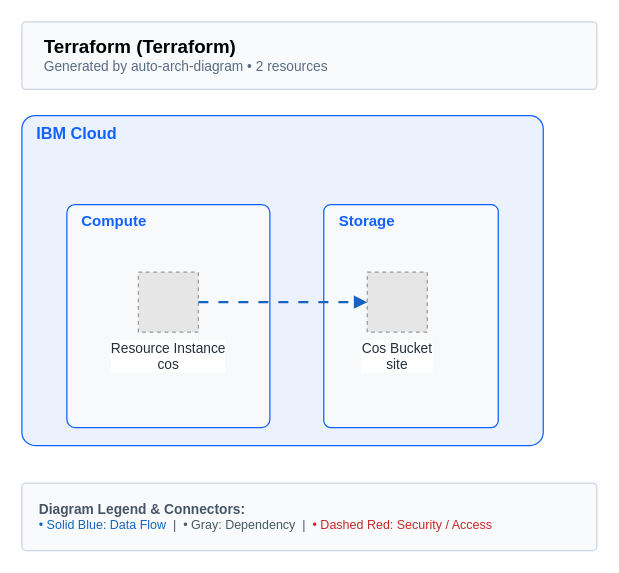
Earlier version of the draw.io diagram examples/serverless-website/ibm/terraform/architecture-diagram.drawio (suryakumaran2611/auto-arch-diagram). Source tidied: cells renumbered, new cells numbered last; positions are measured from the earlier drawing's top-left corner, leaving out a move shared by most shapes. Both pictures are drawn from the tidied source at 125%, with x=0, y=0 at pixel (21, 21). Pictures stored in the file or linked from it are replaced by grey dashed boxes.
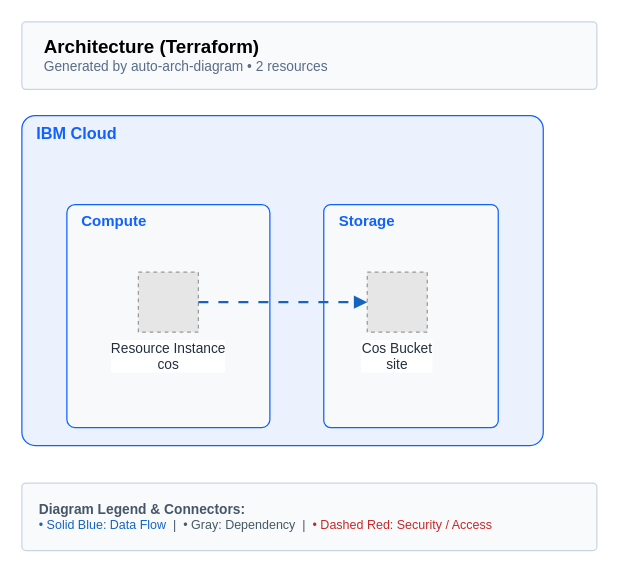
Above is the later version.

Change to the diagram source:
```diff
@@
 <mxGraphModel background="#FFFFFF">
   <root>
     <mxCell id="0" />
     <mxCell id="1" parent="0" />
-    <mxCell id="2" value="&lt;b style='font-size:15px;'&gt;Terraform (Terraform)&lt;/b&gt;&lt;br/&gt;&lt;span style='font-size:11px;color:#5A6C86;'&gt;Generated by auto-arch-diagram &amp;bull; 2 resources&lt;/span&gt;" style="rounded=1;whiteSpace=wrap;html=1;arcSize=6;fillColor=#F8FAFC;strokeColor=#CBD5E1;strokeWidth=1;align=left;spacingLeft=16;verticalAlign=middle;" parent="1" vertex="1">
+    <mxCell id="2" value="&lt;b style='font-size:15px;'&gt;Architecture (Terraform)&lt;/b&gt;&lt;br/&gt;&lt;span style='font-size:11px;color:#5A6C86;'&gt;Generated by auto-arch-diagram &amp;bull; 2 resources&lt;/span&gt;" style="rounded=1;whiteSpace=wrap;html=1;arcSize=6;fillColor=#F8FAFC;strokeColor=#CBD5E1;strokeWidth=1;align=left;spacingLeft=16;verticalAlign=middle;" parent="1" vertex="1">
       <mxGeometry width="460" height="54" as="geometry" />
     </mxCell>
     <mxCell id="3" value="IBM Cloud" style="rounded=1;whiteSpace=wrap;html=1;arcSize=4;verticalAlign=top;align=left;spacingLeft=10;fontSize=12;fontStyle=1;fontSize=13;fillColor=#ECF2FD;strokeColor=#0F62FE;fontColor=#0F62FE;" parent="1" vertex="1">
       <mxGeometry y="75" width="417.1" height="263.9" as="geometry" />
     </mxCell>
     <mxCell id="4" value="Compute" style="rounded=1;whiteSpace=wrap;html=1;arcSize=4;verticalAlign=top;align=left;spacingLeft=10;fontSize=12;fontStyle=1;fillColor=#F8F9FA;strokeColor=#0F62FE;fontColor=#0F62FE;" parent="3" vertex="1">
       <mxGeometry x="36" y="71.2" width="162.4" height="178.3" as="geometry" />
     </mxCell>
     <mxCell id="5" value="Resource Instance&#10;cos" style="fillColor=#E6E6E6;strokeColor=#999999;dashed=1;html=1;verticalLabelPosition=bottom;verticalAlign=top;fontSize=11;fontColor=#232F3E;labelBackgroundColor=#FFFFFF;" parent="4" vertex="1">
       <mxGeometry x="57.2" y="54" width="48" height="48" as="geometry" />
     </mxCell>
     <mxCell id="6" value="Storage" style="rounded=1;whiteSpace=wrap;html=1;arcSize=4;verticalAlign=top;align=left;spacingLeft=10;fontSize=12;fontStyle=1;fillColor=#F8F9FA;strokeColor=#0F62FE;fontColor=#0F62FE;" parent="3" vertex="1">
       <mxGeometry x="241.5" y="71.2" width="139.6" height="178.3" as="geometry" />
     </mxCell>
     <mxCell id="7" value="Cos Bucket&#10;site" style="fillColor=#E6E6E6;strokeColor=#999999;dashed=1;html=1;verticalLabelPosition=bottom;verticalAlign=top;fontSize=11;fontColor=#232F3E;labelBackgroundColor=#FFFFFF;" parent="6" vertex="1">
       <mxGeometry x="34.8" y="54" width="48" height="48" as="geometry" />
     </mxCell>
     <mxCell id="8" value="&lt;b style='font-size:11px;'&gt;Diagram Legend &amp;amp; Connectors:&lt;/b&gt;&lt;br/&gt;&lt;span style='color:#1565C0;'&gt;&amp;bull; Solid Blue: Data Flow&lt;/span&gt; &amp;nbsp;|&amp;nbsp; &lt;span style='color:#455A64;'&gt;&amp;bull; Gray: Dependency&lt;/span&gt; &amp;nbsp;|&amp;nbsp; &lt;span style='color:#C62828;'&gt;&amp;bull; Dashed Red: Security / Access&lt;/span&gt;" style="rounded=1;whiteSpace=wrap;html=1;arcSize=6;fillColor=#F8FAFC;strokeColor=#CBD5E1;strokeWidth=1;fontSize=10;fontColor=#475569;align=left;spacingLeft=12;spacingRight=12;verticalAlign=middle;" parent="1" vertex="1">
       <mxGeometry y="368.9" width="460" height="54" as="geometry" />
     </mxCell>
     <mxCell id="9" style="edgeStyle=orthogonalEdgeStyle;rounded=1;arcSize=10;html=1;jettySize=auto;curved=0;jumpStyle=arc;jumpSize=6;dashed=1;dashPattern=8 8;fixDash=1;flowAnimation=1;strokeColor=#1565C0;strokeWidth=1.8;endArrow=block;endFill=1;endArrowSize=5;exitX=1;exitY=0.5;exitDx=0;exitDy=0;entryX=0;entryY=0.5;entryDx=0;entryDy=0;" parent="1" edge="1" source="5" target="7">
       <mxGeometry relative="1" as="geometry" />
     </mxCell>
   </root>
 </mxGraphModel>
```
